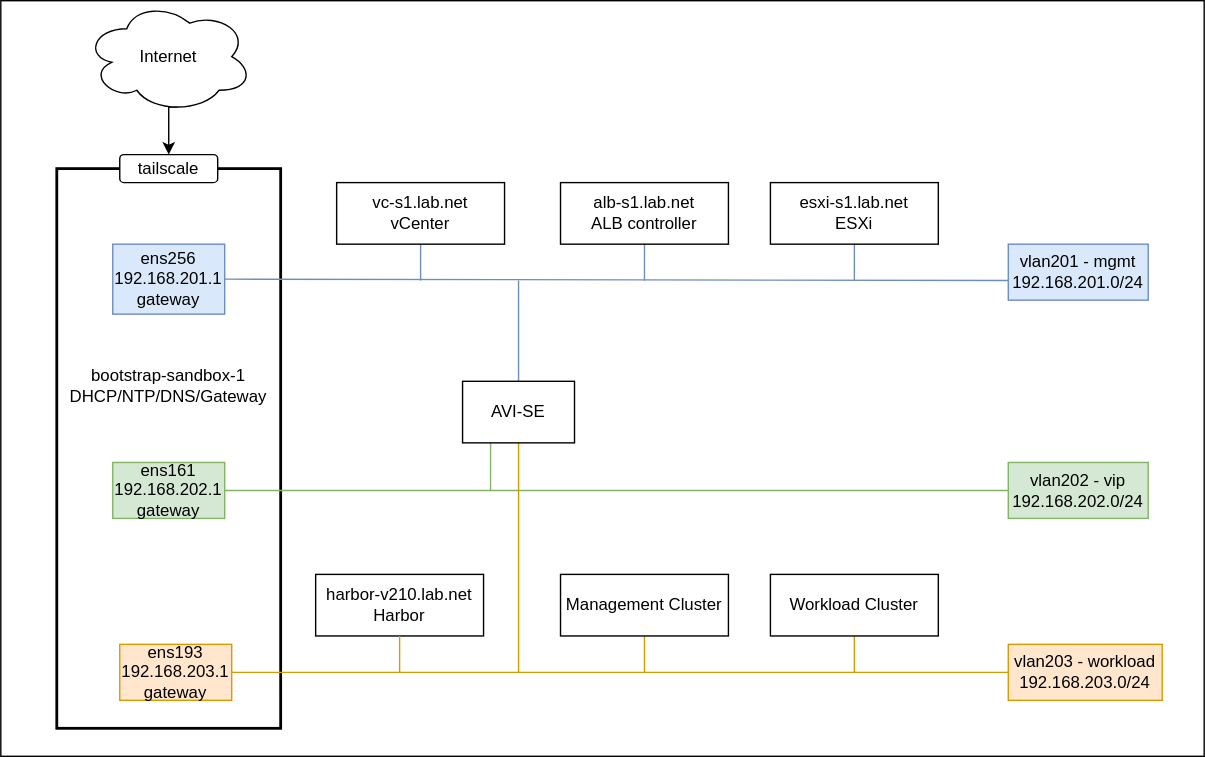
Before: sandbox.svg, a diagram exported from draw.io (egtm/training-tkgm). Source tidied: cells renumbered, new cells last; positions are measured from the earlier drawing's top-left corner, leaving out a move shared by most shapes.
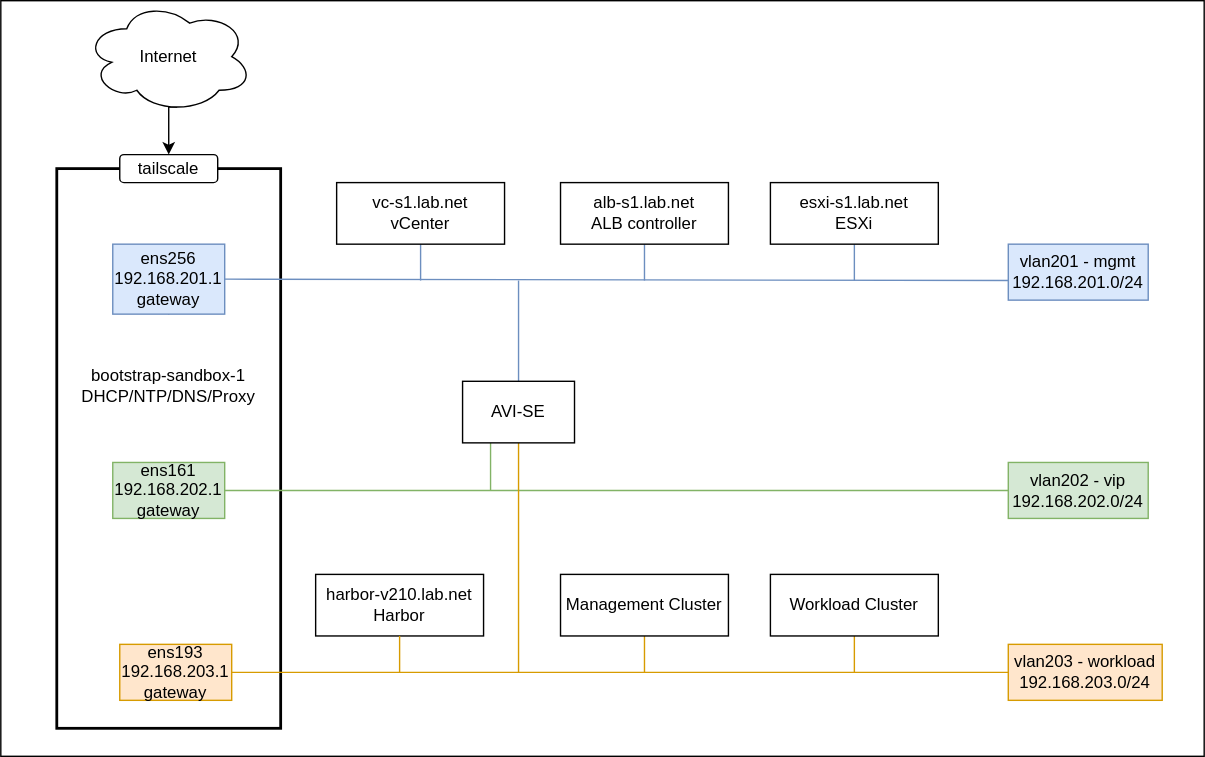
The same diagram one commit later.

What changed in the source:
```diff
@@ -115,7 +115,7 @@
     <mxCell id="30" value="ens256&lt;div&gt;192.168.201.1&lt;/div&gt;&lt;div&gt;gateway&lt;/div&gt;" style="rounded=0;whiteSpace=wrap;html=1;fillColor=#dae8fc;strokeColor=#6c8ebf;" parent="1" vertex="1">
       <mxGeometry x="80" y="174" width="80" height="50" as="geometry" />
     </mxCell>
-    <mxCell id="31" value="bootstrap-sandbox-1&lt;div&gt;DHCP/NTP/DNS/Gateway&lt;/div&gt;" style="text;html=1;align=center;verticalAlign=middle;whiteSpace=wrap;rounded=0;" parent="1" vertex="1">
+    <mxCell id="31" value="bootstrap-sandbox-1&lt;div&gt;DHCP/NTP/DNS/Proxy&lt;/div&gt;" style="text;html=1;align=center;verticalAlign=middle;whiteSpace=wrap;rounded=0;" parent="1" vertex="1">
       <mxGeometry x="40" y="260" width="160" height="30" as="geometry" />
     </mxCell>
     <mxCell id="32" value="harbor-v210.lab.net&lt;div&gt;Harbor&lt;/div&gt;" style="rounded=0;whiteSpace=wrap;html=1;" parent="1" vertex="1">
```
